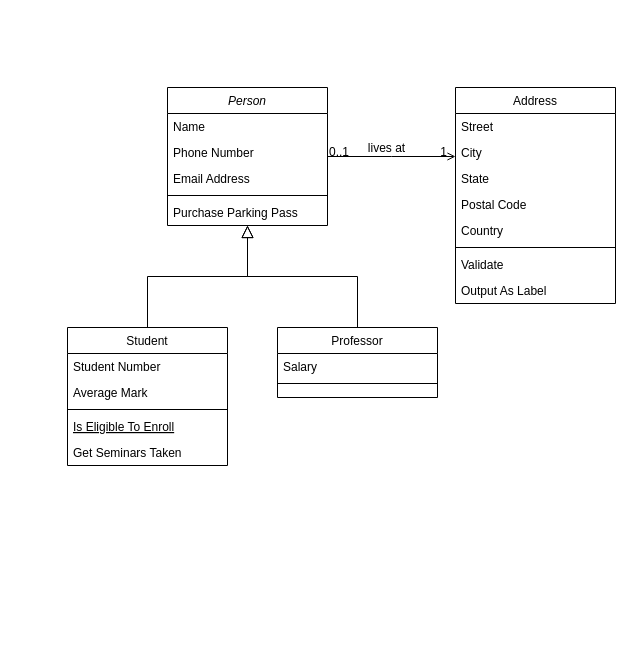
Above: Untitled Diagram.drawio in kh-Golden-Retriever/portfolio (draw.io), before the change. Source tidied: cells renumbered, new cells numbered last; positions are measured from the earlier drawing's top-left corner, leaving out a move shared by most shapes. Both pictures are drawn from the tidied source at 100%, with x=0, y=0 at pixel (67, 87).
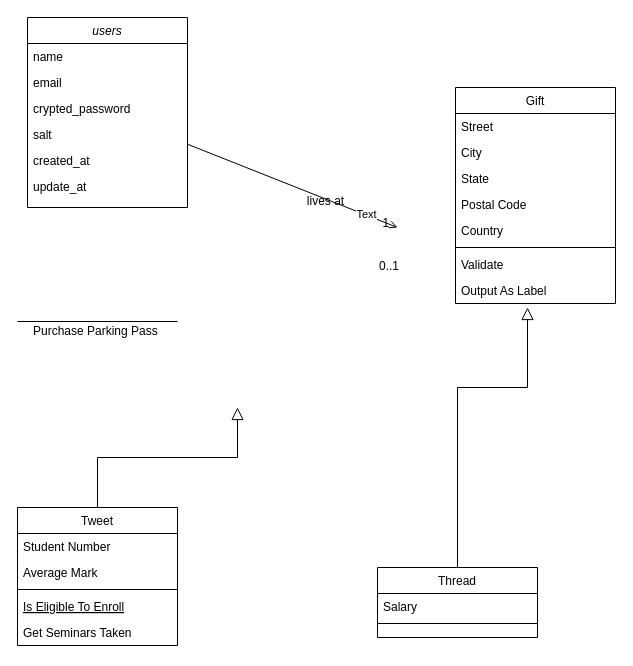
After the change.

Change to the diagram source:
```diff
@@
-    <mxCell id="2" value="Person" style="swimlane;fontStyle=2;align=center;verticalAlign=top;horizontal=1;startSize=26;rounded=0;shadow=0;strokeWidth=1;" parent="1" vertex="1">
-      <mxGeometry x="100" width="160" height="138" as="geometry" />
+    <mxCell id="2" value="users" style="swimlane;fontStyle=2;align=center;verticalAlign=top;horizontal=1;startSize=26;rounded=0;shadow=0;strokeWidth=1;" parent="1" vertex="1">
+      <mxGeometry x="-40" y="-70" width="160" height="190" as="geometry" />
     </mxCell>
+    <mxCell id="32" value="name" style="text;align=left;verticalAlign=top;spacingLeft=4;spacingRight=4;overflow=hidden;" parent="2" vertex="1">
+      <mxGeometry y="26" width="160" height="26" as="geometry" />
+    </mxCell>
+    <mxCell id="33" value="email" style="text;align=left;verticalAlign=top;spacingLeft=4;spacingRight=4;overflow=hidden;" parent="2" vertex="1">
+      <mxGeometry y="52" width="160" height="26" as="geometry" />
+    </mxCell>
-    <mxCell id="3" value="Name" style="text;align=left;verticalAlign=top;spacingLeft=4;spacingRight=4;overflow=hidden;" parent="2" vertex="1">
-      <mxGeometry y="26" width="160" height="26" as="geometry" />
+    <mxCell id="3" value="crypted_password" style="text;align=left;verticalAlign=top;spacingLeft=4;spacingRight=4;overflow=hidden;" parent="2" vertex="1">
+      <mxGeometry y="78" width="160" height="26" as="geometry" />
     </mxCell>
+    <mxCell id="34" value="salt" style="text;align=left;verticalAlign=top;spacingLeft=4;spacingRight=4;overflow=hidden;" parent="2" vertex="1">
+      <mxGeometry y="104" width="160" height="26" as="geometry" />
+    </mxCell>
-    <mxCell id="4" value="Phone Number" style="text;align=left;verticalAlign=top;spacingLeft=4;spacingRight=4;overflow=hidden;rounded=0;shadow=0;html=0;" parent="2" vertex="1">
-      <mxGeometry y="52" width="160" height="26" as="geometry" />
+    <mxCell id="4" value="created_at" style="text;align=left;verticalAlign=top;spacingLeft=4;spacingRight=4;overflow=hidden;rounded=0;shadow=0;html=0;" parent="2" vertex="1">
+      <mxGeometry y="130" width="160" height="26" as="geometry" />
     </mxCell>
-    <mxCell id="5" value="Email Address" style="text;align=left;verticalAlign=top;spacingLeft=4;spacingRight=4;overflow=hidden;rounded=0;shadow=0;html=0;" parent="2" vertex="1">
-      <mxGeometry y="78" width="160" height="26" as="geometry" />
+    <mxCell id="5" value="update_at" style="text;align=left;verticalAlign=top;spacingLeft=4;spacingRight=4;overflow=hidden;rounded=0;shadow=0;html=0;" parent="2" vertex="1">
+      <mxGeometry y="156" width="160" height="26" as="geometry" />
     </mxCell>
-    <mxCell id="6" style="line;html=1;strokeWidth=1;align=left;verticalAlign=middle;spacingTop=-1;spacingLeft=3;spacingRight=3;labelPosition=right;" parent="2" vertex="1">
-      <mxGeometry y="104" width="160" height="8" as="geometry" />
-    </mxCell>
-    <mxCell id="7" value="Purchase Parking Pass" style="text;align=left;verticalAlign=top;spacingLeft=4;spacingRight=4;overflow=hidden;" parent="2" vertex="1">
-      <mxGeometry y="112" width="160" height="26" as="geometry" />
-    </mxCell>
-    <mxCell id="8" value="Student" style="swimlane;fontStyle=0;align=center;verticalAlign=top;horizontal=1;startSize=26;rounded=0;shadow=0;strokeWidth=1;" parent="1" vertex="1">
-      <mxGeometry y="240" width="160" height="138" as="geometry" />
+    <mxCell id="8" value="Tweet" style="swimlane;fontStyle=0;align=center;verticalAlign=top;horizontal=1;startSize=26;rounded=0;shadow=0;strokeWidth=1;" parent="1" vertex="1">
+      <mxGeometry x="-50" y="420" width="160" height="138" as="geometry" />
     </mxCell>
@@
-    <mxCell id="14" style="endArrow=block;endSize=10;endFill=0;shadow=0;strokeWidth=1;rounded=0;edgeStyle=elbowEdgeStyle;elbow=vertical;" parent="1" edge="1" source="8" target="2">
-      <mxGeometry relative="1" as="geometry" />
+    <mxCell id="14" style="endArrow=block;endSize=10;endFill=0;shadow=0;strokeWidth=1;rounded=0;edgeStyle=elbowEdgeStyle;elbow=vertical;" parent="1" edge="1" source="8">
+      <mxGeometry relative="1" as="geometry">
+        <mxPoint x="170" y="320" as="targetPoint" />
+      </mxGeometry>
     </mxCell>
-    <mxCell id="15" value="Professor" style="swimlane;fontStyle=0;align=center;verticalAlign=top;horizontal=1;startSize=26;rounded=0;shadow=0;strokeWidth=1;" parent="1" vertex="1">
-      <mxGeometry x="210" y="240" width="160" height="70" as="geometry" />
+    <mxCell id="15" value="Thread" style="swimlane;fontStyle=0;align=center;verticalAlign=top;horizontal=1;startSize=26;rounded=0;shadow=0;strokeWidth=1;" parent="1" vertex="1">
+      <mxGeometry x="310" y="480" width="160" height="70" as="geometry" />
     </mxCell>
@@
-    <mxCell id="18" style="endArrow=block;endSize=10;endFill=0;shadow=0;strokeWidth=1;rounded=0;edgeStyle=elbowEdgeStyle;elbow=vertical;" parent="1" edge="1" source="15" target="2">
-      <mxGeometry relative="1" as="geometry" />
+    <mxCell id="18" style="endArrow=block;endSize=10;endFill=0;shadow=0;strokeWidth=1;rounded=0;edgeStyle=elbowEdgeStyle;elbow=vertical;" parent="1" edge="1" source="15">
+      <mxGeometry relative="1" as="geometry">
+        <mxPoint x="460" y="220" as="targetPoint" />
+        <Array as="points">
+          <mxPoint x="220" y="300" />
+        </Array>
+      </mxGeometry>
     </mxCell>
-    <mxCell id="19" value="Address" style="swimlane;fontStyle=0;align=center;verticalAlign=top;horizontal=1;startSize=26;rounded=0;shadow=0;strokeWidth=1;" parent="1" vertex="1">
+    <mxCell id="19" value="Gift" style="swimlane;fontStyle=0;align=center;verticalAlign=top;horizontal=1;startSize=26;rounded=0;shadow=0;strokeWidth=1;" parent="1" vertex="1">
       <mxGeometry x="388" width="160" height="216" as="geometry" />
     </mxCell>
@@
-    <mxCell id="28" style="endArrow=open;shadow=0;strokeWidth=1;rounded=0;endFill=1;edgeStyle=elbowEdgeStyle;elbow=vertical;" parent="1" edge="1" source="2" target="19">
+    <mxCell id="28" style="endArrow=open;shadow=0;strokeWidth=1;rounded=0;endFill=1;elbow=vertical;" parent="1" edge="1" source="2">
       <mxGeometry x="0.5" y="41" relative="1" as="geometry">
+        <mxPoint x="330" y="140" as="targetPoint" />
         <mxPoint x="-40" y="32" as="offset" />
       </mxGeometry>
     </mxCell>
     <mxCell id="29" value="0..1" style="align=left;verticalAlign=bottom;labelBackgroundColor=none;fontSize=12;" parent="28" vertex="1">
       <mxGeometry x="-1" relative="1" as="geometry">
-        <mxPoint y="4" as="offset" />
+        <mxPoint x="190" y="130" as="offset" />
       </mxGeometry>
     </mxCell>
@@
+    <mxCell id="35" value="Text" style="edgeLabel;html=1;align=center;verticalAlign=middle;" parent="28" vertex="1">
+      <mxGeometry x="0.7" y="1" relative="1" as="geometry" />
+    </mxCell>
+    <mxCell id="7" value="Purchase Parking Pass" style="text;align=left;verticalAlign=top;spacingLeft=4;spacingRight=4;overflow=hidden;" parent="1" vertex="1">
+      <mxGeometry x="-40" y="230" width="160" height="26" as="geometry" />
+    </mxCell>
+    <mxCell id="6" style="line;html=1;strokeWidth=1;align=left;verticalAlign=middle;spacingTop=-1;spacingLeft=3;spacingRight=3;labelPosition=right;" parent="1" vertex="1">
+      <mxGeometry x="-50" y="230" width="160" height="8" as="geometry" />
+    </mxCell>
```
